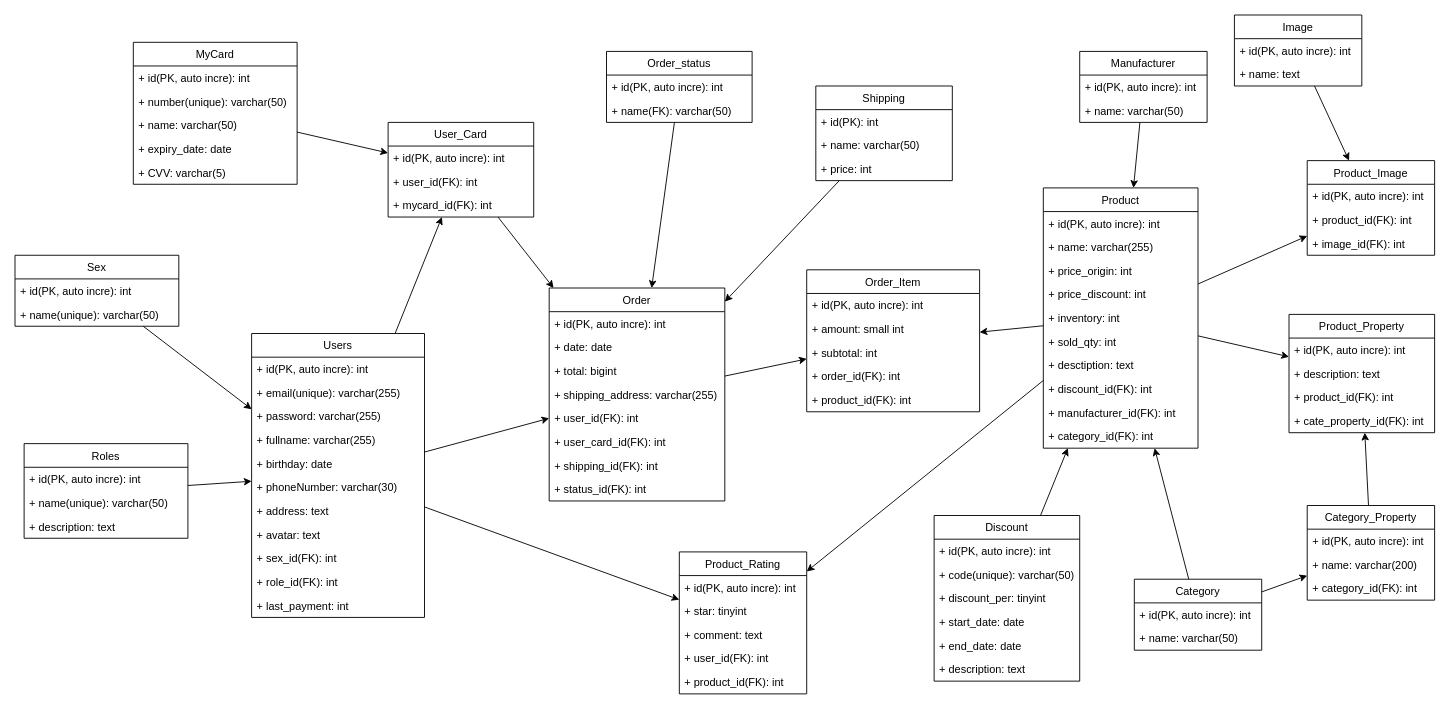
The draw.io diagram gear3s_db.drawio in Dev3loperS/gear3s_database, before the edit. Source tidied: cells renumbered, new cells numbered last; positions are measured from the earlier drawing's top-left corner, leaving out a move shared by most shapes. Both pictures are drawn from the tidied source at 91%, with x=0, y=0 at pixel (15, 15).
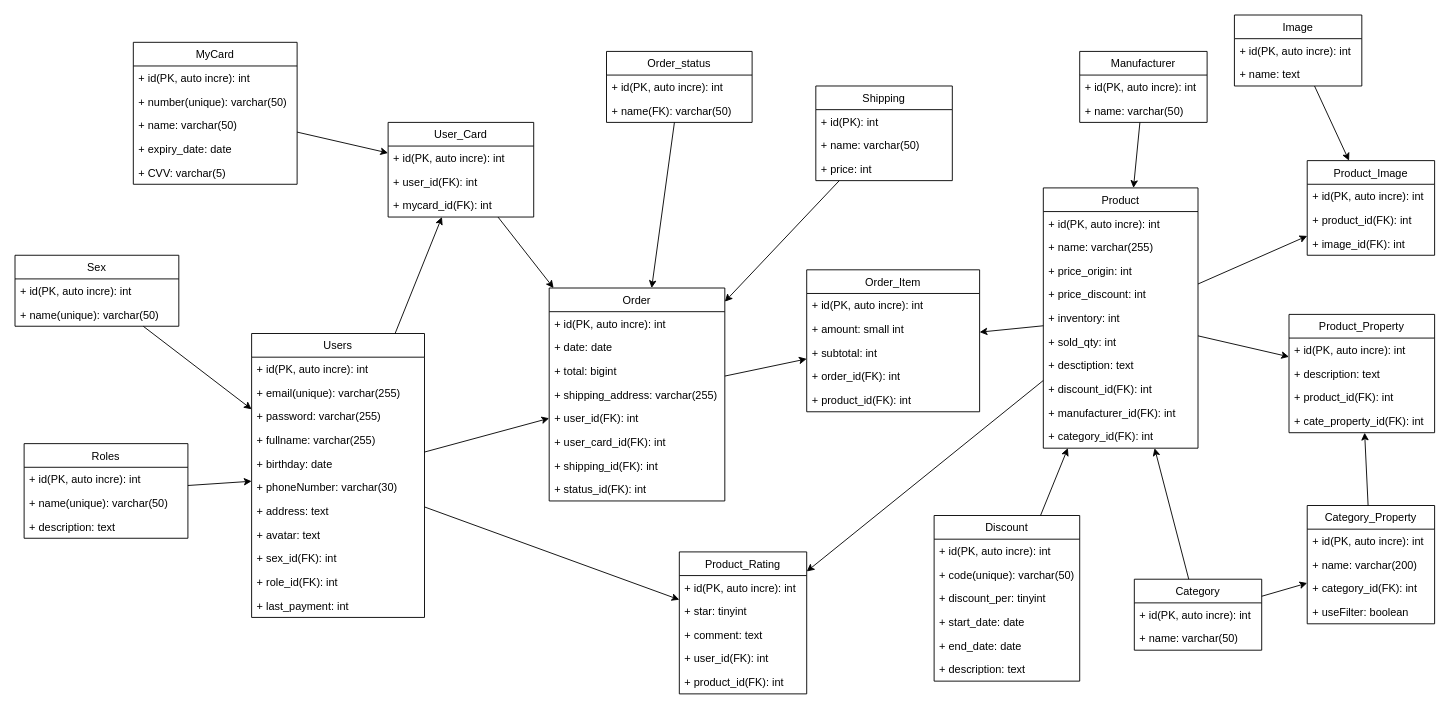
The same diagram, later.

Commit message:
them truong useFilter vao bang Category_Property

Diff of the diagram source:
```diff
@@
     <mxCell id="51" value="Category_Property" style="swimlane;fontStyle=0;horizontal=1;startSize=26;fillColor=none;" parent="1" vertex="1">
-      <mxGeometry x="1420" y="539" width="140" height="104" as="geometry" />
+      <mxGeometry x="1420" y="539" width="140" height="130" as="geometry" />
     </mxCell>
@@
+    <mxCell id="119" value="+ useFilter: boolean" style="text;strokeColor=none;fillColor=none;align=left;verticalAlign=top;spacingLeft=4;spacingRight=4;overflow=hidden;" parent="51" vertex="1">
+      <mxGeometry y="104" width="140" height="26" as="geometry" />
+    </mxCell>
```
